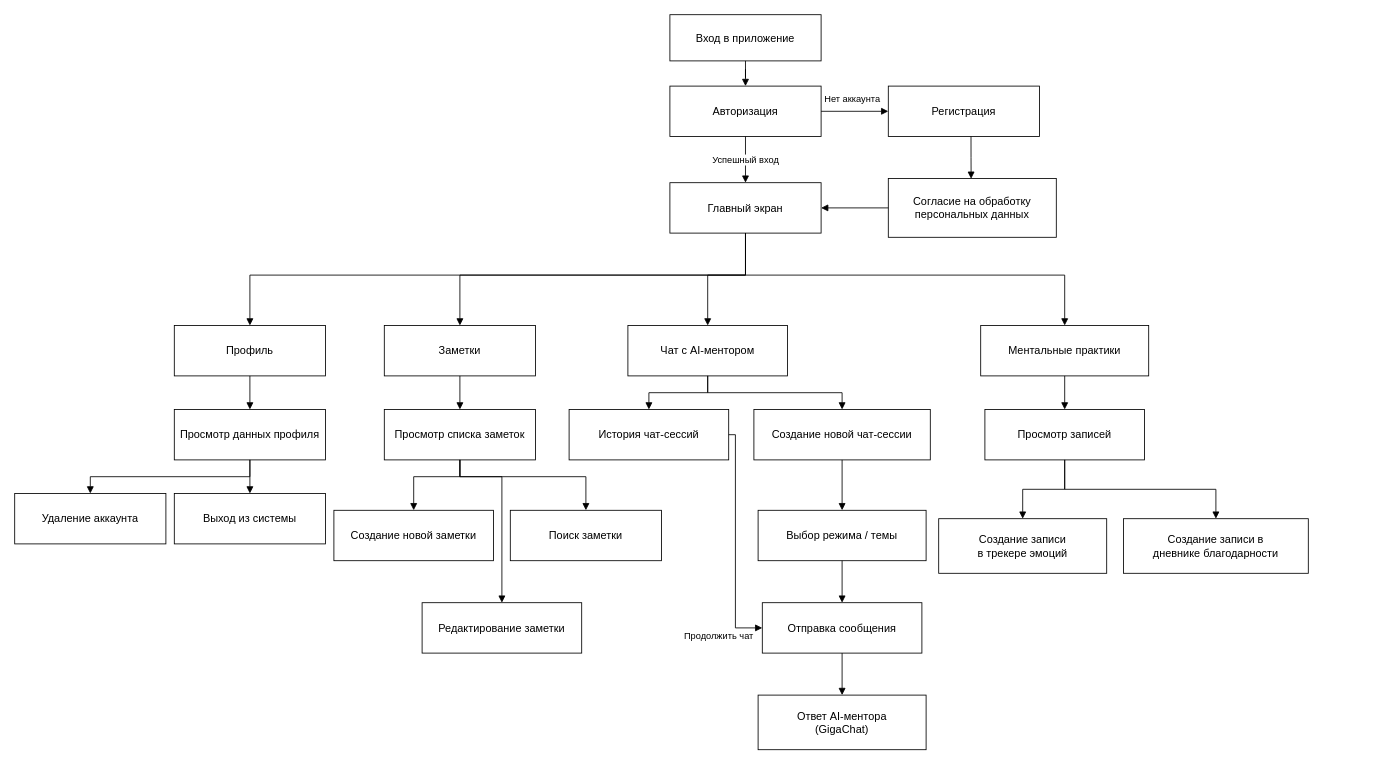
Earlier version of the draw.io diagram Путь_пользователя_АИМЭЙТ_полный.drawio (danaddi/draw.io). Source tidied: cells renumbered, new cells numbered last; positions are measured from the earlier drawing's top-left corner, leaving out a move shared by most shapes. Both pictures are drawn from the tidied source at 84%, with x=0, y=0 at pixel (14, 14).
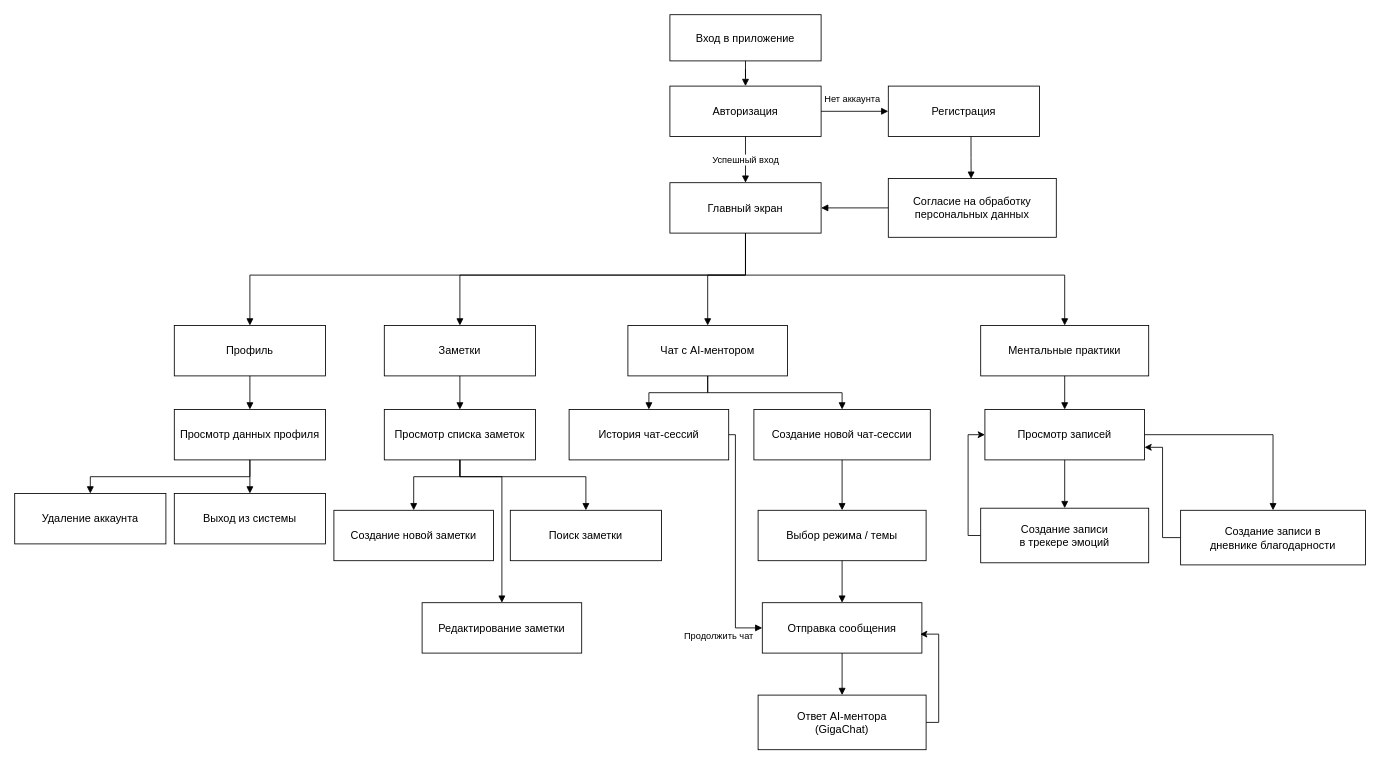
The same diagram, later.

Unchanged cells that the change refers to:
```xml
<mxCell id="20" value="Отправка сообщения" style="rounded=0;whiteSpace=wrap;html=1;fillColor=#ffffff;strokeColor=#000000;fontColor=#000000;fontSize=13;strokeWidth=1;" parent="1" vertex="1">
  <mxGeometry x="890" y="700" width="190" height="60" as="geometry" />
</mxCell>
<mxCell id="21" value="Ответ AI-ментора&#10;(GigaChat)" style="rounded=0;whiteSpace=wrap;html=1;fillColor=#ffffff;strokeColor=#000000;fontColor=#000000;fontSize=13;strokeWidth=1;" parent="1" vertex="1">
  <mxGeometry x="885" y="810" width="200" height="65" as="geometry" />
</mxCell>
<mxCell id="23" value="Просмотр записей" style="rounded=0;whiteSpace=wrap;html=1;fillColor=#ffffff;strokeColor=#000000;fontColor=#000000;fontSize=13;strokeWidth=1;" parent="1" vertex="1">
  <mxGeometry x="1155" y="470" width="190" height="60" as="geometry" />
</mxCell>
```

Diff of the diagram source:
```diff
@@
+    <mxCell id="51" style="edgeStyle=orthogonalEdgeStyle;rounded=0;jettySize=auto;html=1;entryX=0.989;entryY=0.624;entryDx=0;entryDy=0;entryPerimeter=0;" parent="1" edge="1" source="21" target="20">
+      <mxGeometry x="0.04" relative="1" as="geometry">
+        <Array as="points">
+          <mxPoint x="1100" y="842.5" />
+          <mxPoint x="1100" y="737.4" />
+        </Array>
+      </mxGeometry>
+    </mxCell>
@@
+    <mxCell id="52" style="edgeStyle=orthogonalEdgeStyle;rounded=0;jettySize=auto;html=1;entryX=0;entryY=0.5;entryDx=0;entryDy=0;" parent="1" edge="1" source="24" target="23">
+      <mxGeometry relative="1" as="geometry">
+        <Array as="points">
+          <mxPoint x="1135" y="500" />
+        </Array>
+      </mxGeometry>
+    </mxCell>
     <mxCell id="24" value="Создание записи&#10;в трекере эмоций" style="rounded=0;whiteSpace=wrap;html=1;fillColor=#ffffff;strokeColor=#000000;fontColor=#000000;fontSize=13;strokeWidth=1;" parent="1" vertex="1">
-      <mxGeometry x="1100" y="600" width="200" height="65" as="geometry" />
+      <mxGeometry x="1150" y="587.5" width="200" height="65" as="geometry" />
     </mxCell>
+    <mxCell id="53" style="edgeStyle=orthogonalEdgeStyle;rounded=0;jettySize=auto;html=1;entryX=1;entryY=0.75;entryDx=0;entryDy=0;" parent="1" edge="1" source="25" target="23">
+      <mxGeometry relative="1" as="geometry" />
+    </mxCell>
     <mxCell id="25" value="Создание записи в&#10;дневнике благодарности" style="rounded=0;whiteSpace=wrap;html=1;fillColor=#ffffff;strokeColor=#000000;fontColor=#000000;fontSize=13;strokeWidth=1;" parent="1" vertex="1">
-      <mxGeometry x="1320" y="600" width="220" height="65" as="geometry" />
+      <mxGeometry x="1388" y="590" width="220" height="65" as="geometry" />
     </mxCell>
```
